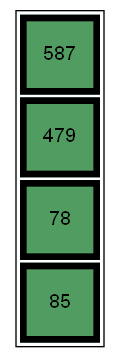
Earlier version of the Graphviz export graficas/structs.png (AlexanderCeballos/IPC2_Practica_202109812). Its source is kept beside it as graficas/structs.gv. The source it was exported from:
```dot
digraph structs {
	node [fontname=Helvetica shape=none]
	n [label=<<table><tr><td width="60" height="60" border="5" bgcolor = "#509c61">587</td></tr><tr><td width="60" height="60" border="5" bgcolor = "#509c61">479</td></tr><tr><td width="60" height="60" border="5" bgcolor = "#509c61">78</td></tr><tr><td width="60" height="60" border="5" bgcolor = "#509c61">85</td></tr></table>>]
}
```
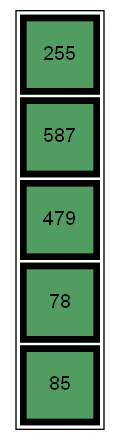
The same file after the commit.

The edit, as a diff of the source:
```diff
@@ -1,4 +1,4 @@
 digraph structs {
 	node [fontname=Helvetica shape=none]
-	n [label=<<table><tr><td width="60" height="60" border="5" bgcolor = "#509c61">587</td></tr><tr><td width="60" height="60" border="5" bgcolor = "#509c61">479</td></tr><tr><td width="60" height="60" border="5" bgcolor = "#509c61">78</td></tr><tr><td width="60" height="60" border="5" bgcolor = "#509c61">85</td></tr></table>>]
+	n [label=<<table><tr><td width="60" height="60" border="5" bgcolor = "#509c61">255</td></tr><tr><td width="60" height="60" border="5" bgcolor = "#509c61">587</td></tr><tr><td width="60" height="60" border="5" bgcolor = "#509c61">479</td></tr><tr><td width="60" height="60" border="5" bgcolor = "#509c61">78</td></tr><tr><td width="60" height="60" border="5" bgcolor = "#509c61">85</td></tr></table>>]
 }
```
